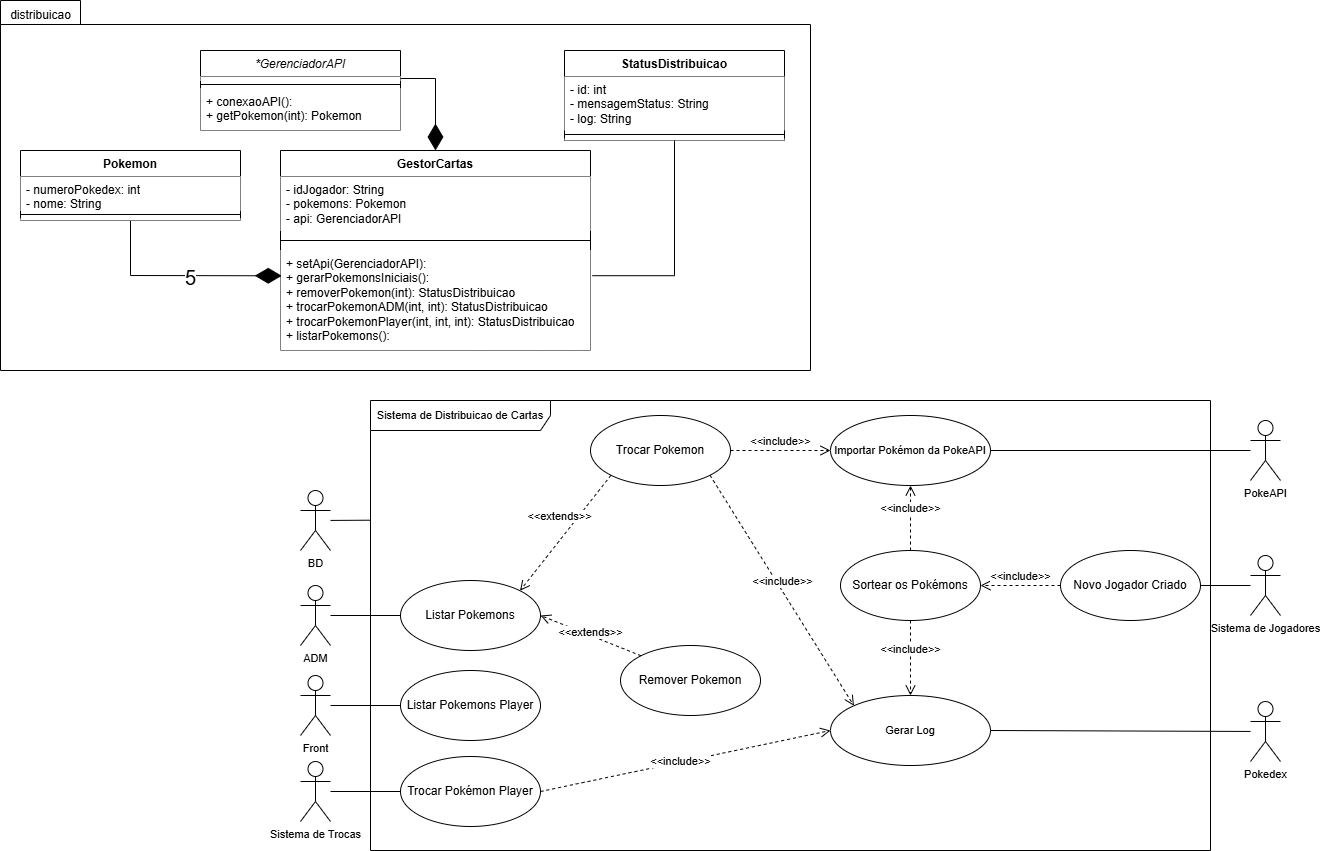
Before: documentacao/UML/UML_tema_2.drawio.png, a diagram exported from draw.io (Inatel-S03-2025-2/distribuicao-de-cartas). Source tidied: cells renumbered, new cells last; positions are measured from the earlier drawing's top-left corner, leaving out a move shared by most shapes.
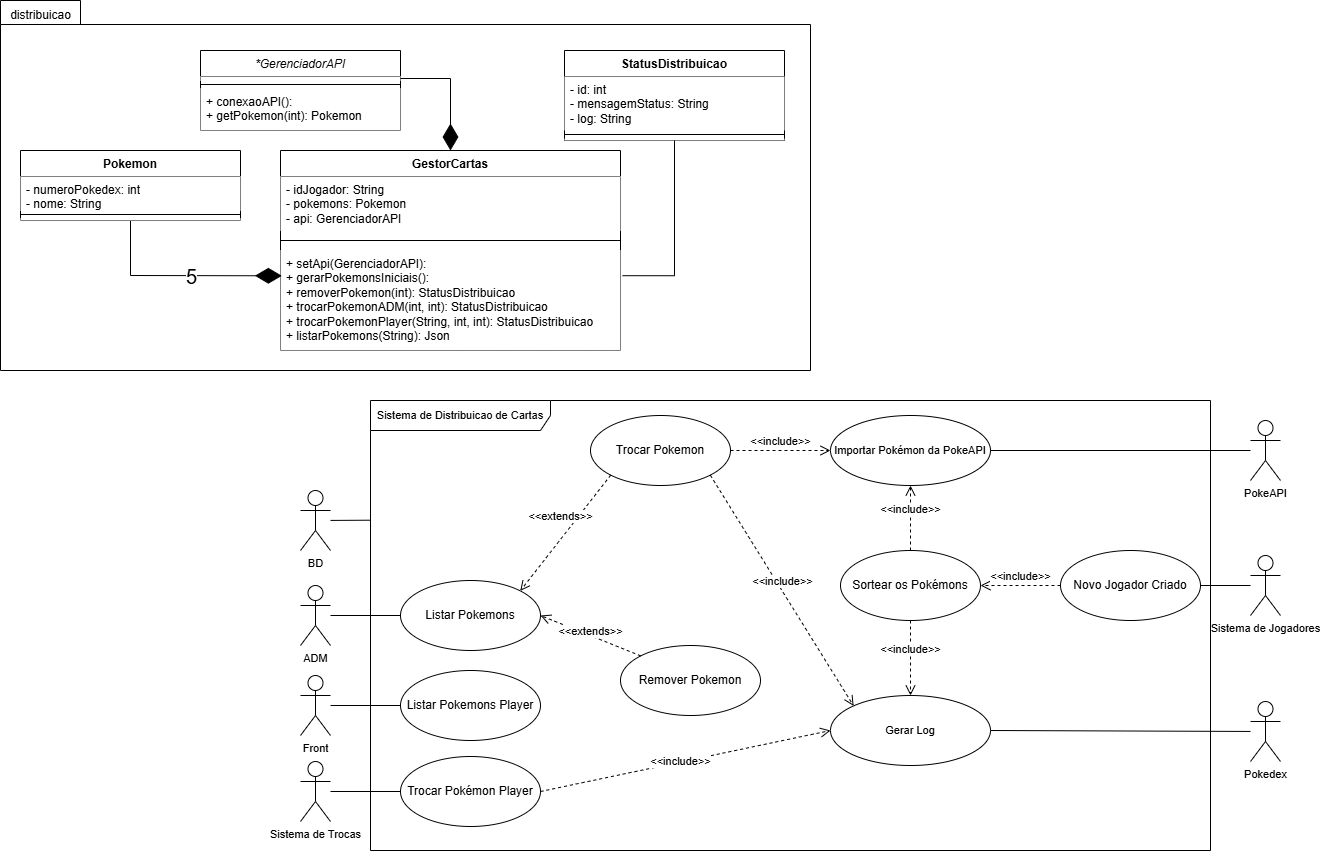
Later version of the same file.

Commit message:
docs: atualizando UML

The edit, as a diff of the source:
```diff
@@ -69,16 +69,16 @@
       <mxGeometry x="300" y="490" width="30" height="60" as="geometry" />
     </mxCell>
     <mxCell id="24" value="GestorCartas" style="swimlane;fontStyle=1;align=center;verticalAlign=top;horizontal=1;startSize=26;whiteSpace=wrap;html=1;" parent="1" vertex="1">
-      <mxGeometry x="280" y="150" width="310" height="200" as="geometry" />
+      <mxGeometry x="280" y="150" width="340" height="200" as="geometry" />
     </mxCell>
     <mxCell id="25" value="&lt;div&gt;- idJogador: String&lt;/div&gt;- pokemons: Pokemon&lt;div&gt;- api: GerenciadorAPI&lt;/div&gt;" style="text;align=left;verticalAlign=top;spacingLeft=4;spacingRight=4;overflow=hidden;whiteSpace=wrap;html=1;fillColor=default;" parent="24" vertex="1">
-      <mxGeometry y="26" width="310" height="54" as="geometry" />
+      <mxGeometry y="26" width="340" height="54" as="geometry" />
     </mxCell>
     <mxCell id="26" style="line;strokeWidth=1;fillColor=none;align=left;verticalAlign=middle;spacingTop=-1;spacingLeft=3;spacingRight=3;labelPosition=right;strokeColor=inherit;" parent="24" vertex="1">
-      <mxGeometry y="80" width="310" height="20" as="geometry" />
+      <mxGeometry y="80" width="340" height="20" as="geometry" />
     </mxCell>
-    <mxCell id="27" value="+ setApi(GerenciadorAPI):&lt;br&gt;+ gerarPokemonsIniciais():&lt;br&gt;&lt;div&gt;&lt;span style=&quot;background-color: transparent; color: light-dark(rgb(0, 0, 0), rgb(255, 255, 255));&quot;&gt;+&lt;/span&gt;&lt;span style=&quot;background-color: transparent; color: light-dark(rgb(0, 0, 0), rgb(255, 255, 255));&quot;&gt;&amp;nbsp;&lt;/span&gt;removerPokemon(int): StatusDistribuicao&lt;/div&gt;&lt;div&gt;&lt;span style=&quot;background-color: transparent; color: light-dark(rgb(0, 0, 0), rgb(255, 255, 255));&quot;&gt;+&lt;/span&gt;&lt;span style=&quot;background-color: transparent; color: light-dark(rgb(0, 0, 0), rgb(255, 255, 255));&quot;&gt;&amp;nbsp;&lt;/span&gt;trocarPokemonADM(int, int):&amp;nbsp;&lt;span style=&quot;background-color: transparent; color: light-dark(rgb(0, 0, 0), rgb(255, 255, 255));&quot;&gt;StatusDistribuicao&lt;/span&gt;&lt;/div&gt;&lt;div&gt;&lt;span style=&quot;background-color: transparent; color: light-dark(rgb(0, 0, 0), rgb(255, 255, 255));&quot;&gt;+&lt;/span&gt;&lt;span style=&quot;background-color: transparent; color: light-dark(rgb(0, 0, 0), rgb(255, 255, 255));&quot;&gt;&amp;nbsp;&lt;/span&gt;trocarPokemonPlayer(int, int, int):&amp;nbsp;&lt;span style=&quot;background-color: transparent; color: light-dark(rgb(0, 0, 0), rgb(255, 255, 255));&quot;&gt;StatusDistribuicao&lt;/span&gt;&lt;/div&gt;&lt;div&gt;&lt;span style=&quot;background-color: transparent; color: light-dark(rgb(0, 0, 0), rgb(255, 255, 255));&quot;&gt;+&lt;/span&gt;&lt;span style=&quot;background-color: transparent; color: light-dark(rgb(0, 0, 0), rgb(255, 255, 255));&quot;&gt;&amp;nbsp;&lt;/span&gt;&lt;span style=&quot;background-color: transparent; color: light-dark(rgb(0, 0, 0), rgb(255, 255, 255));&quot;&gt;listarPokemons():&lt;/span&gt;&lt;/div&gt;&lt;div&gt;&lt;br&gt;&lt;/div&gt;" style="text;align=left;verticalAlign=top;spacingLeft=4;spacingRight=4;overflow=hidden;points=[[0,0.5],[1,0.5]];portConstraint=eastwest;whiteSpace=wrap;html=1;fillColor=default;" parent="24" vertex="1">
-      <mxGeometry y="100" width="310" height="100" as="geometry" />
+    <mxCell id="27" value="+ setApi(GerenciadorAPI):&lt;br&gt;+ gerarPokemonsIniciais():&lt;br&gt;&lt;div&gt;&lt;span style=&quot;background-color: transparent; color: light-dark(rgb(0, 0, 0), rgb(255, 255, 255));&quot;&gt;+&lt;/span&gt;&lt;span style=&quot;background-color: transparent; color: light-dark(rgb(0, 0, 0), rgb(255, 255, 255));&quot;&gt;&amp;nbsp;&lt;/span&gt;removerPokemon(int): StatusDistribuicao&lt;/div&gt;&lt;div&gt;&lt;span style=&quot;background-color: transparent; color: light-dark(rgb(0, 0, 0), rgb(255, 255, 255));&quot;&gt;+&lt;/span&gt;&lt;span style=&quot;background-color: transparent; color: light-dark(rgb(0, 0, 0), rgb(255, 255, 255));&quot;&gt;&amp;nbsp;&lt;/span&gt;trocarPokemonADM(int, int):&amp;nbsp;&lt;span style=&quot;background-color: transparent; color: light-dark(rgb(0, 0, 0), rgb(255, 255, 255));&quot;&gt;StatusDistribuicao&lt;/span&gt;&lt;/div&gt;&lt;div&gt;&lt;span style=&quot;background-color: transparent; color: light-dark(rgb(0, 0, 0), rgb(255, 255, 255));&quot;&gt;+&lt;/span&gt;&lt;span style=&quot;background-color: transparent; color: light-dark(rgb(0, 0, 0), rgb(255, 255, 255));&quot;&gt;&amp;nbsp;&lt;/span&gt;trocarPokemonPlayer(String, int, int):&amp;nbsp;&lt;span style=&quot;background-color: transparent; color: light-dark(rgb(0, 0, 0), rgb(255, 255, 255));&quot;&gt;StatusDistribuicao&lt;/span&gt;&lt;/div&gt;&lt;div&gt;&lt;span style=&quot;background-color: transparent; color: light-dark(rgb(0, 0, 0), rgb(255, 255, 255));&quot;&gt;+&lt;/span&gt;&lt;span style=&quot;background-color: transparent; color: light-dark(rgb(0, 0, 0), rgb(255, 255, 255));&quot;&gt;&amp;nbsp;&lt;/span&gt;&lt;span style=&quot;background-color: transparent; color: light-dark(rgb(0, 0, 0), rgb(255, 255, 255));&quot;&gt;listarPokemons(String): Json&lt;/span&gt;&lt;/div&gt;&lt;div&gt;&lt;br&gt;&lt;/div&gt;" style="text;align=left;verticalAlign=top;spacingLeft=4;spacingRight=4;overflow=hidden;points=[[0,0.5],[1,0.5]];portConstraint=eastwest;whiteSpace=wrap;html=1;fillColor=default;" parent="24" vertex="1">
+      <mxGeometry y="100" width="340" height="100" as="geometry" />
     </mxCell>
     <mxCell id="28" value="&lt;span style=&quot;font-weight: 400;&quot;&gt;&lt;i&gt;*GerenciadorAPI&lt;/i&gt;&lt;/span&gt;" style="swimlane;fontStyle=1;align=center;verticalAlign=top;horizontal=1;startSize=26;whiteSpace=wrap;html=1;" parent="1" vertex="1">
       <mxGeometry x="200" y="50" width="200" height="80" as="geometry" />
@@ -167,7 +167,7 @@
     <mxCell id="54" style="endArrow=diamondThin;endFill=1;endSize=24;html=1;rounded=0;entryX=0.5;entryY=0;entryDx=0;entryDy=0;exitX=1;exitY=0.5;exitDx=0;exitDy=0;" parent="1" edge="1" source="29" target="24">
       <mxGeometry relative="1" as="geometry">
         <Array as="points">
-          <mxPoint x="435" y="78" />
+          <mxPoint x="450" y="78" />
         </Array>
       </mxGeometry>
     </mxCell>
```
